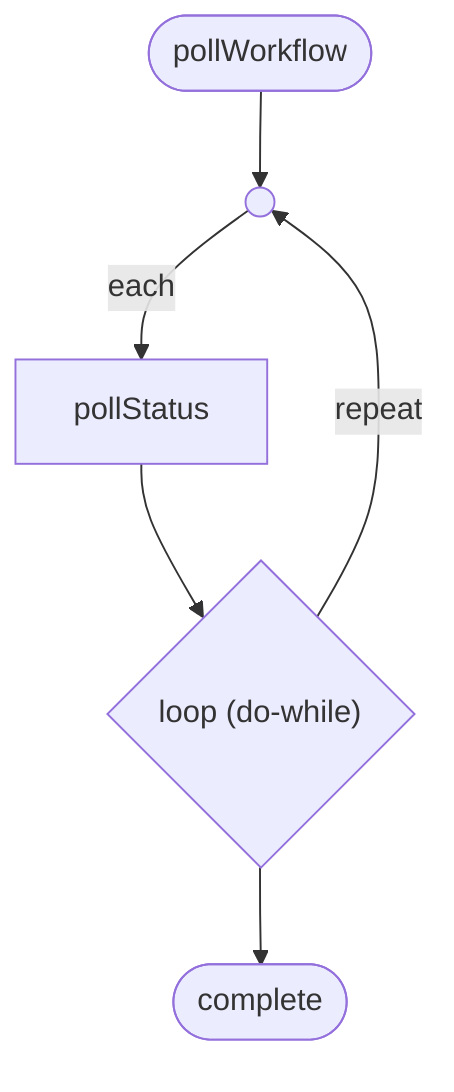
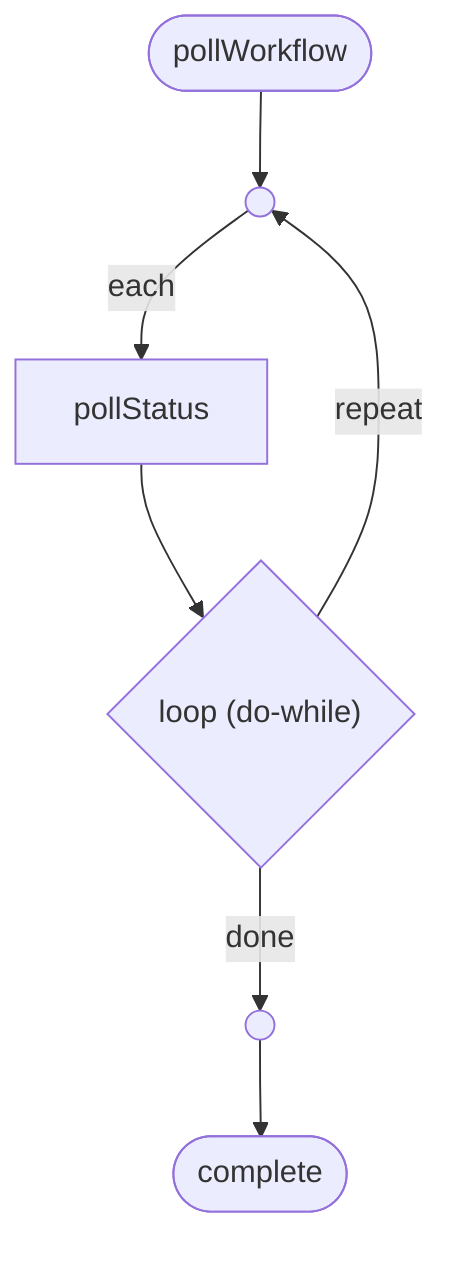
flowchart TD
  start(["pollWorkflow"])
  flow_pollWorkflow_2{"loop (do-while)"}
  n1(( ))
+   n2(( ))
  flow_pollWorkflow_1["pollStatus"]
  complete(["complete"])
-   start --> n1
-   n1 -->|"each"| flow_pollWorkflow_1
+   start --> n2
+   n2 -->|"each"| flow_pollWorkflow_1
  flow_pollWorkflow_1 --> flow_pollWorkflow_2
-   flow_pollWorkflow_2 -->|"repeat"| n1
-   flow_pollWorkflow_2 --> complete
+   flow_pollWorkflow_2 -->|"repeat"| n2
+   flow_pollWorkflow_2 -->|"done"| n1
+   n1 --> complete
